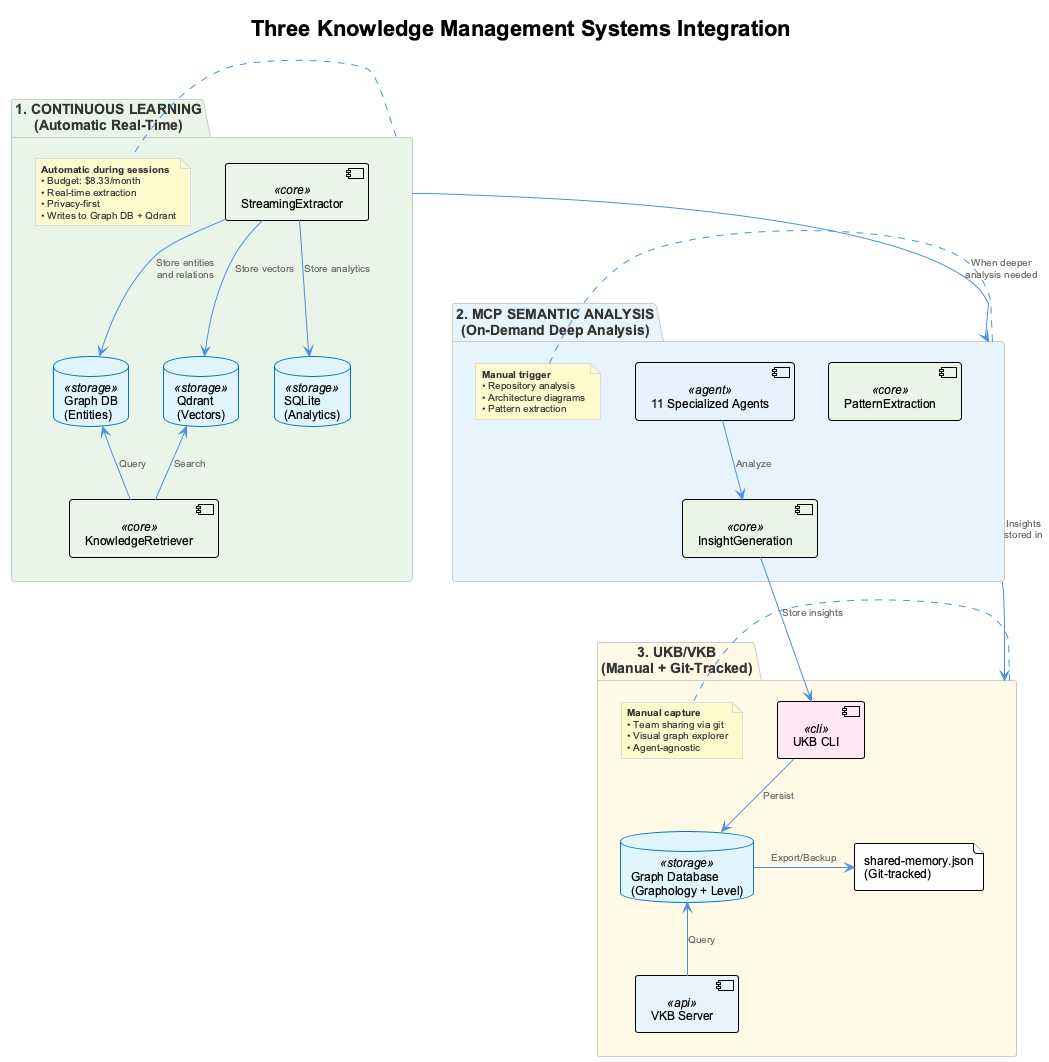
Before: docs/images/three-systems-integration.png, a diagram exported from PlantUML (fwornle/coding). Its diagram source:
```plantuml
@startuml
!include _standard-style.puml

title Three Knowledge Management Systems Integration

package "1. CONTINUOUS LEARNING\n(Automatic Real-Time)" as learning #E8F5E8 {
  [StreamingExtractor] <<core>>
  [KnowledgeRetriever] <<core>>

  database "Graph DB\n(Entities)" as learning_graph <<storage>>
  database "Qdrant\n(Vectors)" as qdrant <<storage>>
  database "SQLite\n(Analytics)" as sqlite <<storage>>

  note right of learning
    **Automatic during sessions**
    • Budget: $8.33/month
    • Real-time extraction
    • Privacy-first
    • Writes to Graph DB + Qdrant
  end note
}

package "2. MCP SEMANTIC ANALYSIS\n(On-Demand Deep Analysis)" as mcp #E8F4FD {
  [11 Specialized Agents] <<agent>>
  [InsightGeneration] <<core>>
  [PatternExtraction] <<core>>

  note right of mcp
    **Manual trigger**
    • Repository analysis
    • Architecture diagrams
    • Pattern extraction
  end note
}

package "3. UKB/VKB\n(Manual + Git-Tracked)" as ukb #FFF9E6 {
  [UKB CLI] <<cli>>
  [VKB Server] <<api>>

  database "Graph Database\n(Graphology + Level)" as graph <<storage>>
  file "shared-memory.json\n(Git-tracked)" as json

  note right of ukb
    **Manual capture**
    • Team sharing via git
    • Visual graph explorer
    • Agent-agnostic
  end note
}

[StreamingExtractor] -down-> learning_graph : Store entities\nand relations
[StreamingExtractor] -down-> qdrant : Store vectors
[StreamingExtractor] -down-> sqlite : Store analytics
[KnowledgeRetriever] -up-> qdrant : Search
[KnowledgeRetriever] -up-> learning_graph : Query

[11 Specialized Agents] -down-> [InsightGeneration] : Analyze
[InsightGeneration] -down-> [UKB CLI] : Store insights

[UKB CLI] -down-> graph : Persist
[VKB Server] -up-> graph : Query
graph -right-> json : Export/Backup

learning -down-> mcp : When deeper\nanalysis needed
mcp -down-> ukb : Insights\nstored in

@enduml
```
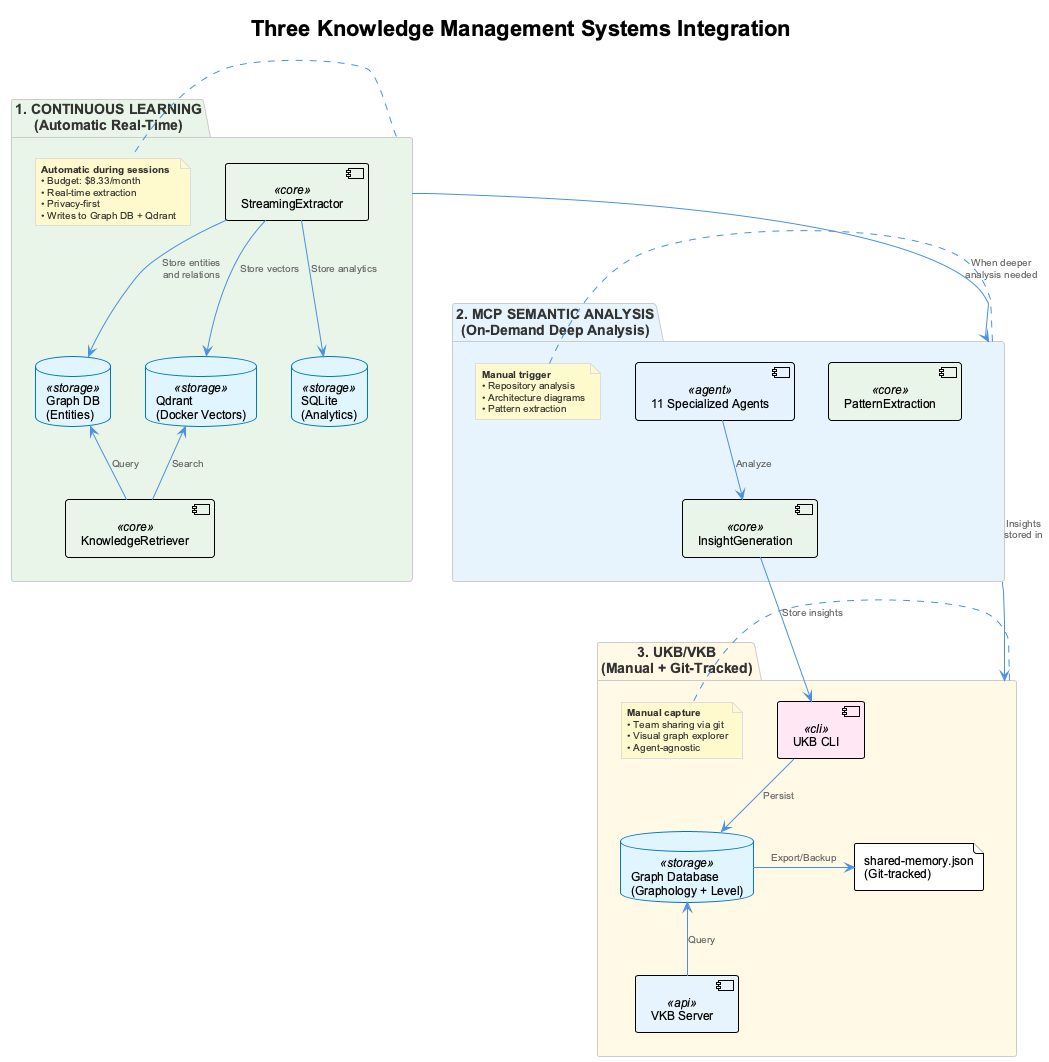
The same diagram one commit later.

What changed in the source:
```diff
@@ -8,7 +8,7 @@
   [KnowledgeRetriever] <<core>>
 
   database "Graph DB\n(Entities)" as learning_graph <<storage>>
-  database "Qdrant\n(Vectors)" as qdrant <<storage>>
+  database "Qdrant\n(Docker Vectors)" as qdrant <<storage>>
   database "SQLite\n(Analytics)" as sqlite <<storage>>
 
   note right of learning
```
